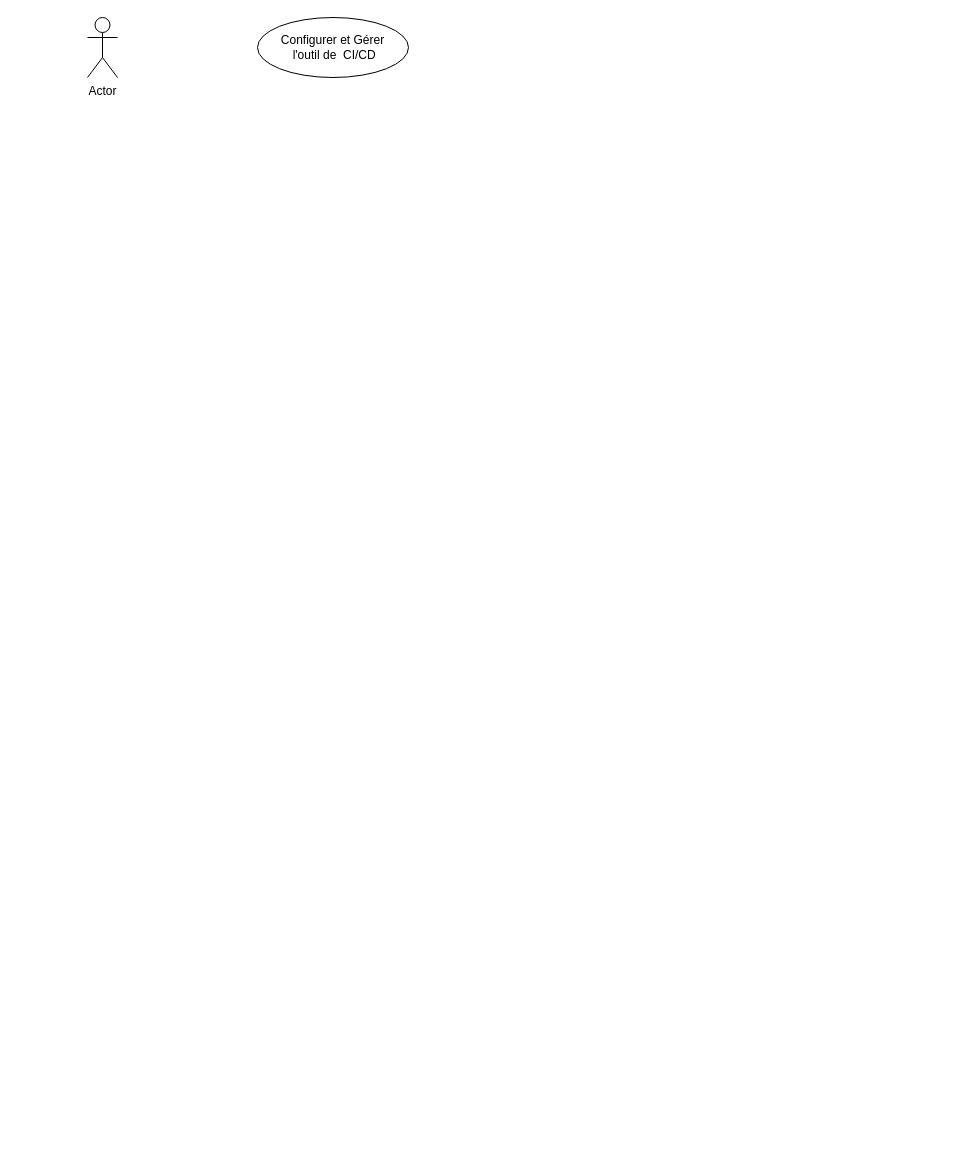
Earlier version of the draw.io diagram page "Page-13" (13 of 13) of Diagramme sans nom.drawio (EmiraDga/CanvasAnimation). Source tidied: cells renumbered, new cells numbered last; positions are measured from the earlier drawing's top-left corner, leaving out a move shared by most shapes. Both pictures are drawn from the tidied source at 100%, with x=0, y=0 at pixel (87, 17).
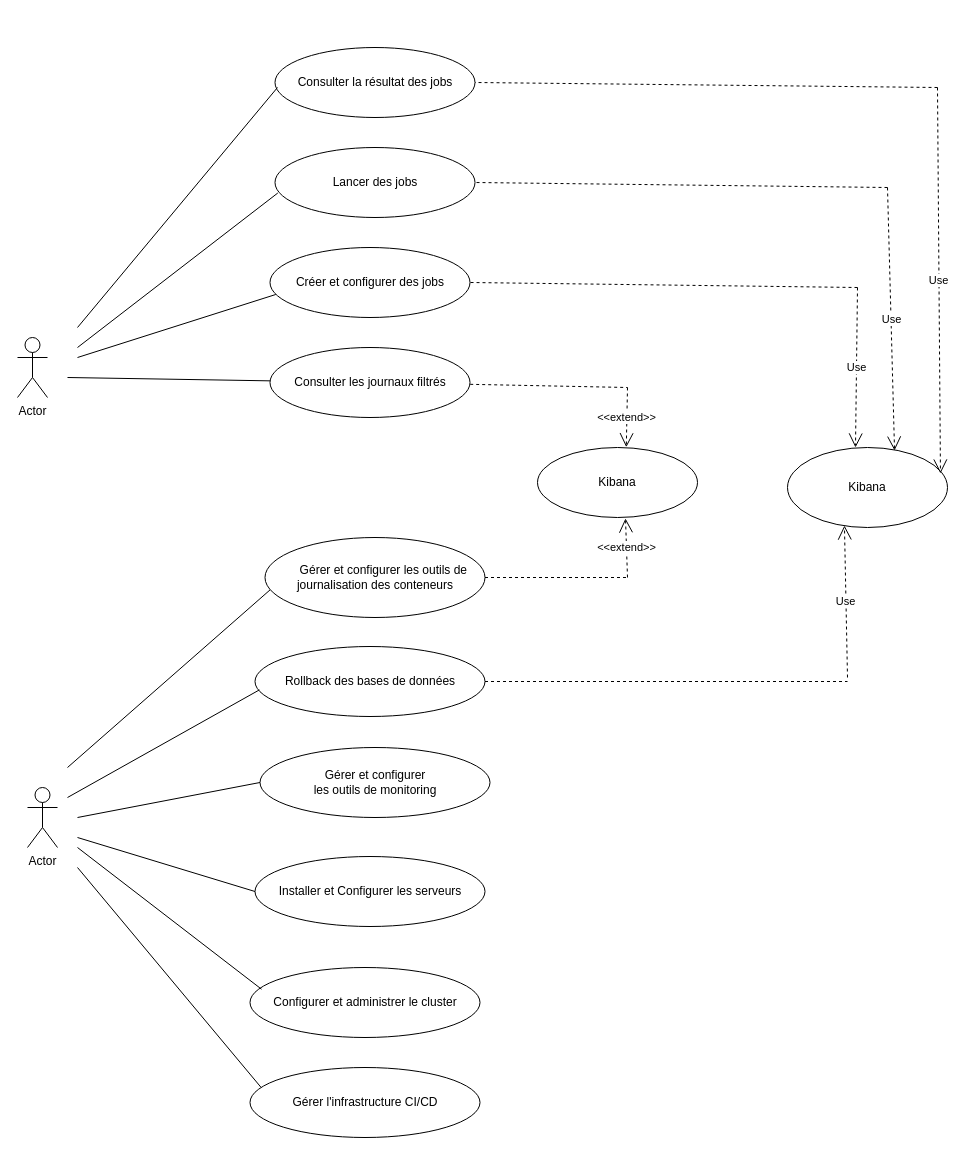
After the change.

Commit message (it also covers changes not shown here):
Mettre à jour Diagramme sans nom.drawio

The edit, as a diff of the source:
```diff
@@
-    <mxCell id="2" value="Actor" style="shape=umlActor;verticalLabelPosition=bottom;verticalAlign=top;html=1;" parent="1" vertex="1">
-      <mxGeometry width="30" height="60" as="geometry" />
-    </mxCell>
-    <mxCell id="3" value="&lt;div&gt;Configurer et Gérer&lt;/div&gt;&lt;div&gt;&amp;nbsp;l'outil de&amp;nbsp; CI/CD&lt;/div&gt;" style="ellipse;whiteSpace=wrap;html=1;" parent="1" vertex="1">
-      <mxGeometry x="170" width="151" height="60" as="geometry" />
-    </mxCell>
+    <mxCell id="4" value="&lt;div&gt;&amp;nbsp;&amp;nbsp;&amp;nbsp;&amp;nbsp; Gérer et configurer les outils de journalisation des conteneurs&lt;br&gt;&lt;/div&gt;" style="ellipse;whiteSpace=wrap;html=1;" parent="1" vertex="1">
+      <mxGeometry x="177.5" y="520" width="220" height="80" as="geometry" />
+    </mxCell>
+    <mxCell id="5" value="Kibana" style="ellipse;whiteSpace=wrap;html=1;" parent="1" vertex="1">
+      <mxGeometry x="450" y="430" width="160" height="70" as="geometry" />
+    </mxCell>
+    <mxCell id="6" value="Consulter les journaux filtrés " style="ellipse;whiteSpace=wrap;html=1;" parent="1" vertex="1">
+      <mxGeometry x="182.5" y="330" width="200" height="70" as="geometry" />
+    </mxCell>
+    <mxCell id="7" value="Actor" style="shape=umlActor;verticalLabelPosition=bottom;verticalAlign=top;html=1;" parent="1" vertex="1">
+      <mxGeometry x="-70" y="320" width="30" height="60" as="geometry" />
+    </mxCell>
+    <mxCell id="8" value="Installer et Configurer les serveurs" style="ellipse;whiteSpace=wrap;html=1;" parent="1" vertex="1">
+      <mxGeometry x="167.5" y="839" width="230" height="70" as="geometry" />
+    </mxCell>
+    <mxCell id="9" value="Configurer et administrer le cluster" style="ellipse;whiteSpace=wrap;html=1;" parent="1" vertex="1">
+      <mxGeometry x="162.5" y="950" width="230" height="70" as="geometry" />
+    </mxCell>
+    <mxCell id="10" value="Gérer l'infrastructure CI/CD" style="ellipse;whiteSpace=wrap;html=1;" parent="1" vertex="1">
+      <mxGeometry x="162.5" y="1050" width="230" height="70" as="geometry" />
+    </mxCell>
+    <mxCell id="11" value="Gérer et configurer &lt;br&gt;les outils de monitoring" style="ellipse;whiteSpace=wrap;html=1;" parent="1" vertex="1">
+      <mxGeometry x="172.5" y="730" width="230" height="70" as="geometry" />
+    </mxCell>
+    <mxCell id="12" value="Rollback des bases de données" style="ellipse;whiteSpace=wrap;html=1;" parent="1" vertex="1">
+      <mxGeometry x="167.5" y="629" width="230" height="70" as="geometry" />
+    </mxCell>
+    <mxCell id="13" value="Actor" style="shape=umlActor;verticalLabelPosition=bottom;verticalAlign=top;html=1;" parent="1" vertex="1">
+      <mxGeometry x="-60" y="770" width="30" height="60" as="geometry" />
+    </mxCell>
+    <mxCell id="14" value="Créer et configurer des jobs " style="ellipse;whiteSpace=wrap;html=1;" parent="1" vertex="1">
+      <mxGeometry x="182.5" y="230" width="200" height="70" as="geometry" />
+    </mxCell>
+    <mxCell id="15" value="Lancer des jobs" style="ellipse;whiteSpace=wrap;html=1;" parent="1" vertex="1">
+      <mxGeometry x="187.5" y="130" width="200" height="70" as="geometry" />
+    </mxCell>
+    <mxCell id="16" value="Consulter la résultat des jobs" style="ellipse;whiteSpace=wrap;html=1;" parent="1" vertex="1">
+      <mxGeometry x="187.5" y="30" width="200" height="70" as="geometry" />
+    </mxCell>
+    <mxCell id="17" value="Kibana" style="ellipse;whiteSpace=wrap;html=1;" parent="1" vertex="1">
+      <mxGeometry x="700" y="430" width="160" height="80" as="geometry" />
+    </mxCell>
+    <mxCell id="18" style="endArrow=none;html=1;rounded=0;" parent="1" edge="1" target="6">
+      <mxGeometry relative="1" as="geometry">
+        <mxPoint x="-20" y="360" as="sourcePoint" />
+      </mxGeometry>
+    </mxCell>
+    <mxCell id="19" style="endArrow=none;html=1;rounded=0;entryX=0.029;entryY=0.671;entryDx=0;entryDy=0;entryPerimeter=0;" parent="1" edge="1" target="14">
+      <mxGeometry relative="1" as="geometry">
+        <mxPoint x="-10" y="340" as="sourcePoint" />
+      </mxGeometry>
+    </mxCell>
+    <mxCell id="20" style="endArrow=none;html=1;rounded=0;entryX=0.014;entryY=0.65;entryDx=0;entryDy=0;entryPerimeter=0;" parent="1" edge="1" target="15">
+      <mxGeometry relative="1" as="geometry">
+        <mxPoint x="-10" y="330" as="sourcePoint" />
+      </mxGeometry>
+    </mxCell>
+    <mxCell id="21" style="endArrow=none;html=1;rounded=0;entryX=0.013;entryY=0.571;entryDx=0;entryDy=0;entryPerimeter=0;" parent="1" edge="1" target="16">
+      <mxGeometry relative="1" as="geometry">
+        <mxPoint x="-10" y="310" as="sourcePoint" />
+        <Array as="points">
+          <mxPoint x="190" y="70" />
+        </Array>
+      </mxGeometry>
+    </mxCell>
+    <mxCell id="22" style="endArrow=none;dashed=1;html=1;rounded=0;exitX=1.001;exitY=0.526;exitDx=0;exitDy=0;exitPerimeter=0;" parent="1" edge="1" source="6">
+      <mxGeometry relative="1" as="geometry">
+        <mxPoint x="540" y="370" as="targetPoint" />
+      </mxGeometry>
+    </mxCell>
+    <mxCell id="23" value="&amp;lt;&amp;lt;extend&amp;gt;&amp;gt;" style="endArrow=open;endSize=12;dashed=1;html=1;rounded=0;entryX=0.555;entryY=-0.004;entryDx=0;entryDy=0;entryPerimeter=0;" parent="1" edge="1" target="5">
+      <mxGeometry relative="1" as="geometry">
+        <mxPoint x="540" y="370" as="sourcePoint" />
+      </mxGeometry>
+    </mxCell>
+    <mxCell id="24" style="endArrow=none;dashed=1;html=1;rounded=0;exitX=1;exitY=0.5;exitDx=0;exitDy=0;" parent="1" edge="1" source="4">
+      <mxGeometry relative="1" as="geometry">
+        <mxPoint x="530" y="560" as="targetPoint" />
+        <Array as="points">
+          <mxPoint x="540" y="560" />
+        </Array>
+      </mxGeometry>
+    </mxCell>
+    <mxCell id="25" value="&amp;lt;&amp;lt;extend&amp;gt;&amp;gt;" style="endArrow=open;endSize=12;dashed=1;html=1;rounded=0;entryX=0.55;entryY=1.013;entryDx=0;entryDy=0;entryPerimeter=0;" parent="1" edge="1" target="5">
+      <mxGeometry relative="1" as="geometry">
+        <mxPoint x="540" y="560" as="sourcePoint" />
+      </mxGeometry>
+    </mxCell>
+    <mxCell id="26" style="endArrow=none;html=1;rounded=0;entryX=0.023;entryY=0.655;entryDx=0;entryDy=0;entryPerimeter=0;" parent="1" edge="1" target="4">
+      <mxGeometry relative="1" as="geometry">
+        <mxPoint x="-20" y="750" as="sourcePoint" />
+      </mxGeometry>
+    </mxCell>
+    <mxCell id="27" style="endArrow=none;html=1;rounded=0;entryX=0.019;entryY=0.62;entryDx=0;entryDy=0;entryPerimeter=0;" parent="1" edge="1" target="12">
+      <mxGeometry relative="1" as="geometry">
+        <mxPoint x="-20" y="780" as="sourcePoint" />
+      </mxGeometry>
+    </mxCell>
+    <mxCell id="28" style="endArrow=none;html=1;rounded=0;entryX=0;entryY=0.5;entryDx=0;entryDy=0;" parent="1" edge="1" target="11">
+      <mxGeometry relative="1" as="geometry">
+        <mxPoint x="-10" y="800" as="sourcePoint" />
+      </mxGeometry>
+    </mxCell>
+    <mxCell id="29" style="endArrow=none;html=1;rounded=0;entryX=0;entryY=0.5;entryDx=0;entryDy=0;" parent="1" edge="1" target="8">
+      <mxGeometry relative="1" as="geometry">
+        <mxPoint x="-10" y="820" as="sourcePoint" />
+      </mxGeometry>
+    </mxCell>
+    <mxCell id="30" style="endArrow=none;html=1;rounded=0;entryX=0.05;entryY=0.31;entryDx=0;entryDy=0;entryPerimeter=0;" parent="1" edge="1" target="9">
+      <mxGeometry relative="1" as="geometry">
+        <mxPoint x="-10" y="830" as="sourcePoint" />
+      </mxGeometry>
+    </mxCell>
+    <mxCell id="31" style="endArrow=none;html=1;rounded=0;entryX=0.048;entryY=0.284;entryDx=0;entryDy=0;entryPerimeter=0;" parent="1" edge="1" target="10">
+      <mxGeometry relative="1" as="geometry">
+        <mxPoint x="-10" y="850" as="sourcePoint" />
+      </mxGeometry>
+    </mxCell>
+    <mxCell id="32" style="endArrow=none;dashed=1;html=1;rounded=0;entryX=1;entryY=0.5;entryDx=0;entryDy=0;" parent="1" edge="1" target="16">
+      <mxGeometry relative="1" as="geometry">
+        <mxPoint x="850" y="70" as="sourcePoint" />
+      </mxGeometry>
+    </mxCell>
+    <mxCell id="33" style="endArrow=none;dashed=1;html=1;rounded=0;entryX=1;entryY=0.5;entryDx=0;entryDy=0;" parent="1" edge="1" target="15">
+      <mxGeometry relative="1" as="geometry">
+        <mxPoint x="800" y="170" as="sourcePoint" />
+      </mxGeometry>
+    </mxCell>
+    <mxCell id="34" value="Use" style="endArrow=open;endSize=12;dashed=1;html=1;rounded=0;entryX=0.669;entryY=0.038;entryDx=0;entryDy=0;entryPerimeter=0;" parent="1" edge="1" target="17">
+      <mxGeometry relative="1" as="geometry">
+        <mxPoint x="800" y="170" as="sourcePoint" />
+      </mxGeometry>
+    </mxCell>
+    <mxCell id="35" value="Use" style="endArrow=open;endSize=12;dashed=1;html=1;rounded=0;entryX=0.425;entryY=0;entryDx=0;entryDy=0;entryPerimeter=0;" parent="1" edge="1" target="17">
+      <mxGeometry relative="1" as="geometry">
+        <mxPoint x="770" y="270" as="sourcePoint" />
+      </mxGeometry>
+    </mxCell>
+    <mxCell id="36" value="Use" style="endArrow=open;endSize=12;dashed=1;html=1;rounded=0;entryX=0.956;entryY=0.325;entryDx=0;entryDy=0;entryPerimeter=0;" parent="1" edge="1" target="17">
+      <mxGeometry relative="1" as="geometry">
+        <mxPoint x="850" y="70" as="sourcePoint" />
+      </mxGeometry>
+    </mxCell>
+    <mxCell id="37" style="endArrow=none;dashed=1;html=1;rounded=0;entryX=1;entryY=0.5;entryDx=0;entryDy=0;" parent="1" edge="1" target="14">
+      <mxGeometry relative="1" as="geometry">
+        <mxPoint x="770" y="270" as="sourcePoint" />
+      </mxGeometry>
+    </mxCell>
+    <mxCell id="38" style="endArrow=none;dashed=1;html=1;rounded=0;exitX=1;exitY=0.5;exitDx=0;exitDy=0;" parent="1" edge="1" source="12">
+      <mxGeometry relative="1" as="geometry">
+        <mxPoint x="760" y="664" as="targetPoint" />
+      </mxGeometry>
+    </mxCell>
+    <mxCell id="39" value="Use" style="endArrow=open;endSize=12;dashed=1;html=1;rounded=0;entryX=0.356;entryY=0.975;entryDx=0;entryDy=0;entryPerimeter=0;" parent="1" edge="1" target="17">
+      <mxGeometry relative="1" as="geometry">
+        <mxPoint x="760" y="660" as="sourcePoint" />
+      </mxGeometry>
+    </mxCell>
```
